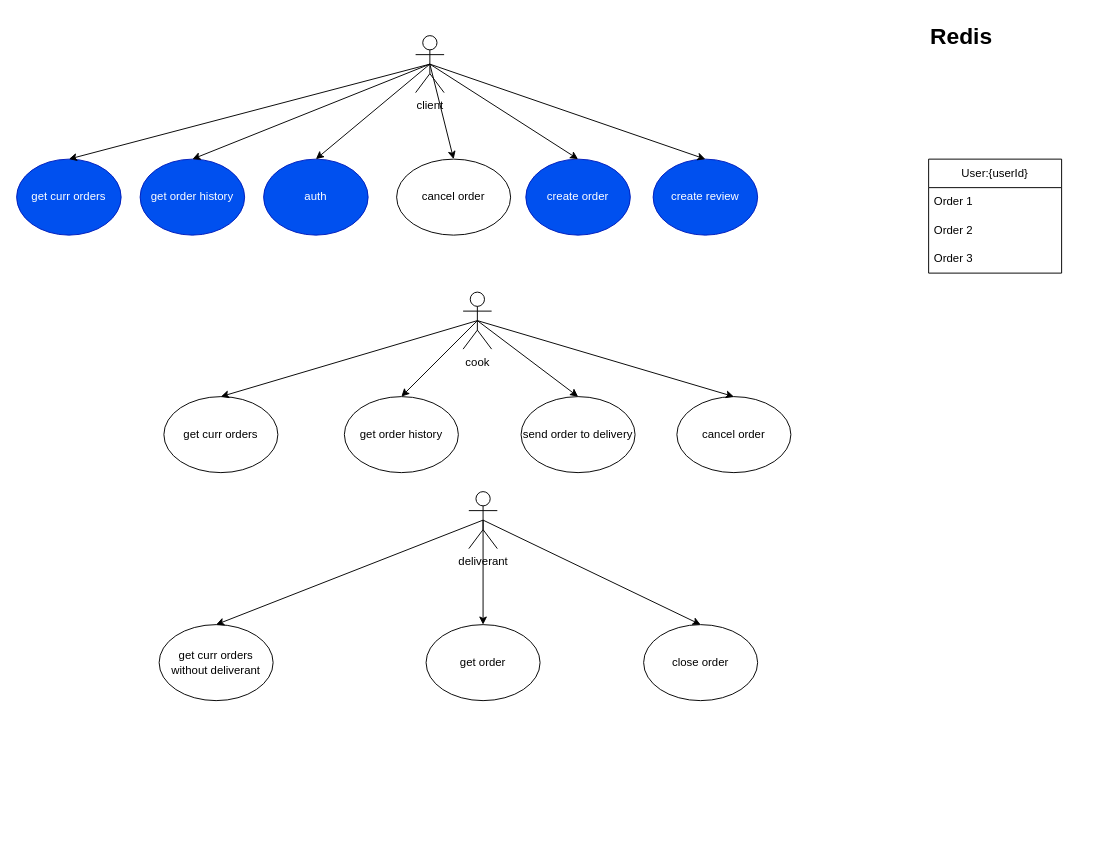
Above: schemas/reqs.drawio in eeQuillibrium/Pizza (draw.io), before the change. Source tidied: cells renumbered, new cells numbered last; positions are measured from the earlier drawing's top-left corner, leaving out a move shared by most shapes. Both pictures are drawn from the tidied source at 95%, with x=0, y=0 at pixel (16, 16).
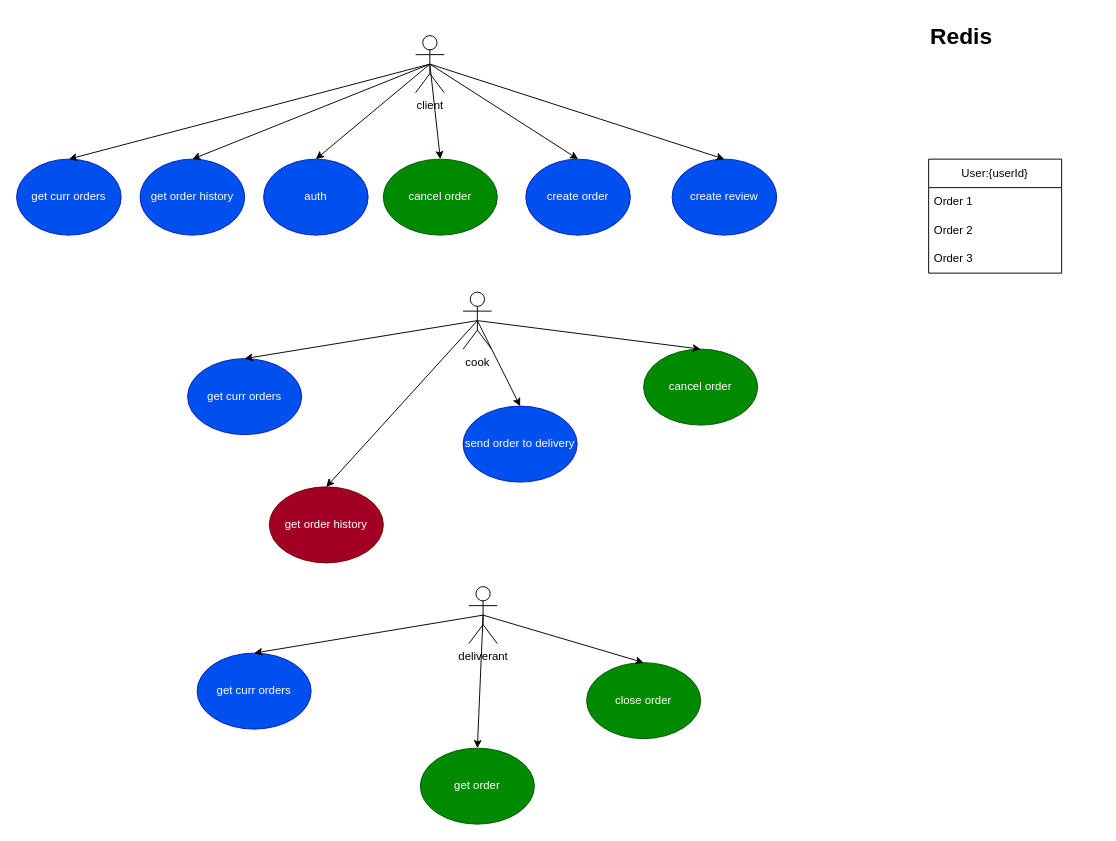
The same diagram, later.

Diff of the diagram source:
```diff
@@
-    <mxCell id="5" value="cancel order" style="ellipse;whiteSpace=wrap;html=1;" parent="1" vertex="1">
-      <mxGeometry x="400" y="150" width="120" height="80" as="geometry" />
+    <mxCell id="5" value="cancel order" style="ellipse;whiteSpace=wrap;html=1;fillColor=#008a00;fontColor=#ffffff;strokeColor=#005700;" parent="1" vertex="1">
+      <mxGeometry x="386" y="150" width="120" height="80" as="geometry" />
     </mxCell>
@@
     <mxCell id="8" value="create review" style="ellipse;whiteSpace=wrap;html=1;fillColor=#0050ef;fontColor=#ffffff;strokeColor=#001DBC;" parent="1" vertex="1">
-      <mxGeometry x="670" y="150" width="110" height="80" as="geometry" />
+      <mxGeometry x="690" y="150" width="110" height="80" as="geometry" />
     </mxCell>
@@
-    <mxCell id="16" value="get curr orders" style="ellipse;whiteSpace=wrap;html=1;" parent="1" vertex="1">
-      <mxGeometry x="155" y="400" width="120" height="80" as="geometry" />
+    <mxCell id="16" value="get curr orders" style="ellipse;whiteSpace=wrap;html=1;fillColor=#0050ef;fontColor=#ffffff;strokeColor=#001DBC;" parent="1" vertex="1">
+      <mxGeometry x="180" y="360" width="120" height="80" as="geometry" />
     </mxCell>
@@
-    <mxCell id="18" value="get order history" style="ellipse;whiteSpace=wrap;html=1;" parent="1" vertex="1">
-      <mxGeometry x="345" y="400" width="120" height="80" as="geometry" />
+    <mxCell id="18" value="get order history" style="ellipse;whiteSpace=wrap;html=1;fillColor=#a20025;fontColor=#ffffff;strokeColor=#6F0000;" parent="1" vertex="1">
+      <mxGeometry x="266" y="495" width="120" height="80" as="geometry" />
     </mxCell>
@@
-    <mxCell id="20" value="send order to delivery" style="ellipse;whiteSpace=wrap;html=1;" parent="1" vertex="1">
-      <mxGeometry x="531" y="400" width="120" height="80" as="geometry" />
+    <mxCell id="20" value="send order to delivery" style="ellipse;whiteSpace=wrap;html=1;fillColor=#0050ef;fontColor=#ffffff;strokeColor=#001DBC;" parent="1" vertex="1">
+      <mxGeometry x="470" y="410" width="120" height="80" as="geometry" />
     </mxCell>
@@
-    <mxCell id="22" value="cancel order" style="ellipse;whiteSpace=wrap;html=1;" parent="1" vertex="1">
-      <mxGeometry x="695" y="400" width="120" height="80" as="geometry" />
+    <mxCell id="22" value="cancel order" style="ellipse;whiteSpace=wrap;html=1;fillColor=#008a00;fontColor=#ffffff;strokeColor=#005700;" parent="1" vertex="1">
+      <mxGeometry x="660" y="350" width="120" height="80" as="geometry" />
     </mxCell>
@@
     <mxCell id="24" value="deliverant" style="shape=umlActor;verticalLabelPosition=bottom;verticalAlign=top;html=1;outlineConnect=0;" parent="1" vertex="1">
-      <mxGeometry x="476" y="500" width="30" height="60" as="geometry" />
+      <mxGeometry x="476" y="600" width="30" height="60" as="geometry" />
     </mxCell>
-    <mxCell id="25" value="get curr orders without deliverant" style="ellipse;whiteSpace=wrap;html=1;" parent="1" vertex="1">
-      <mxGeometry x="150" y="640" width="120" height="80" as="geometry" />
+    <mxCell id="25" value="get curr orders" style="ellipse;whiteSpace=wrap;html=1;fillColor=#0050ef;fontColor=#ffffff;strokeColor=#001DBC;" parent="1" vertex="1">
+      <mxGeometry x="190" y="670" width="120" height="80" as="geometry" />
     </mxCell>
@@
-    <mxCell id="27" value="get order" style="ellipse;whiteSpace=wrap;html=1;" parent="1" vertex="1">
-      <mxGeometry x="431" y="640" width="120" height="80" as="geometry" />
+    <mxCell id="27" value="get order" style="ellipse;whiteSpace=wrap;html=1;fillColor=#008a00;fontColor=#ffffff;strokeColor=#005700;" parent="1" vertex="1">
+      <mxGeometry x="425" y="770" width="120" height="80" as="geometry" />
     </mxCell>
@@
-    <mxCell id="29" value="close order" style="ellipse;whiteSpace=wrap;html=1;" parent="1" vertex="1">
-      <mxGeometry x="660" y="640" width="120" height="80" as="geometry" />
+    <mxCell id="29" value="close order" style="ellipse;whiteSpace=wrap;html=1;fillColor=#008a00;fontColor=#ffffff;strokeColor=#005700;" parent="1" vertex="1">
+      <mxGeometry x="600" y="680" width="120" height="80" as="geometry" />
     </mxCell>
```
